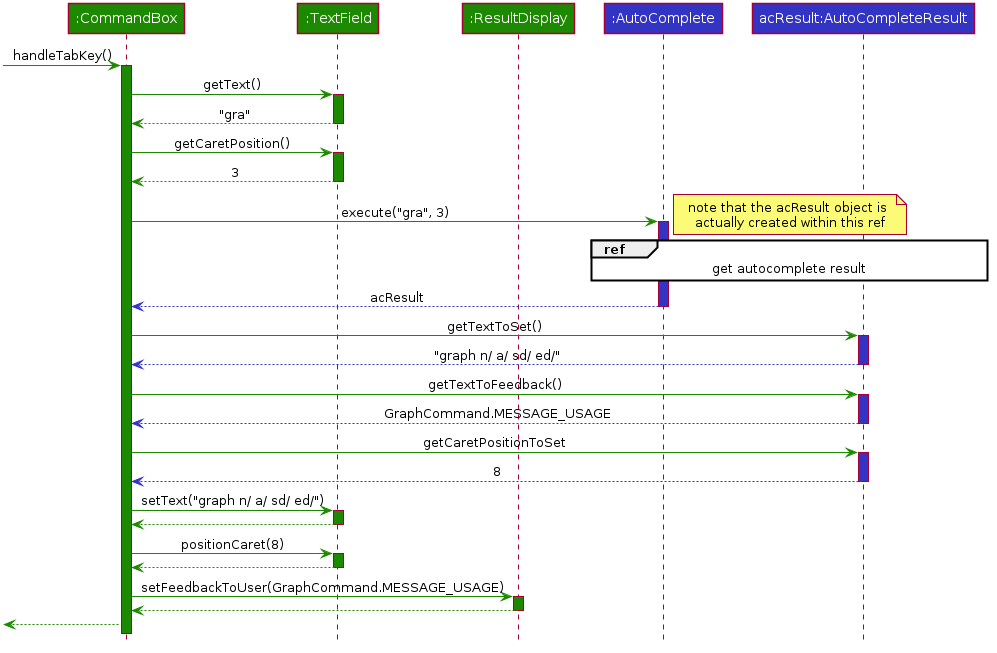
Earlier version of the PlantUML export docs/images/CommandAutocompleteSequenceDiagram.png (nus-cs2103-AY1920S2/addressbook-level3). The source it was exported from:
```plantuml
@startuml








skinparam BackgroundColor #FFFFFFF

skinparam Shadowing false

skinparam Class {
    FontColor #FFFFFF
    BorderThickness 1
    BorderColor #FFFFFF
    StereotypeFontColor #FFFFFF
    FontName Arial
}

skinparam Actor {
    BorderColor #000000
    Color #000000
    FontName Arial
}

skinparam Sequence {
    MessageAlign center
    BoxFontSize 15
    BoxPadding 0
    BoxFontColor #FFFFFF
    FontName Arial
}

skinparam Participant {
    FontColor #FFFFFFF
    Padding 20
}

skinparam MinClassWidth 50
skinparam ParticipantPadding 10
skinparam Shadowing false
skinparam DefaultTextAlignment center
skinparam packageStyle Rectangle

hide footbox
hide members
hide circle

Participant ":CommandBox" as commandBox #1D8900
Participant ":TextField" as textField #1D8900
Participant ":ResultDisplay" as resultDisplay #1D8900
Participant ":AutoComplete" as autoComplete #3333C4
Participant "acResult:AutoCompleteResult" as autoCompleteResult #3333C4

-[#1D8900]> commandBox : handleTabKey()
activate commandBox #1D8900

commandBox -[#1D8900]> textField : getText()
activate textField #1D8900

textField -[#1D8900]-> commandBox : "gra"
deactivate textField

commandBox -[#1D8900]> textField : getCaretPosition()
activate textField #1D8900

textField -[#1D8900]-> commandBox : 3
deactivate textField

commandBox -[#1D8900]> autoComplete : execute("gra", 3)
activate autoComplete #3333C4

ref over autoComplete, autoCompleteResult : get autocomplete result
note right
note that the acResult object is
actually created within this ref
end note


















autoComplete -[#3333C4]-> commandBox : acResult
deactivate autoComplete

commandBox -[#1D8900]> autoCompleteResult : getTextToSet()
activate autoCompleteResult #3333C4

autoCompleteResult -[#3333C4]-> commandBox : "graph n/ a/ sd/ ed/"
deactivate autoCompleteResult

commandBox -[#1D8900]> autoCompleteResult : getTextToFeedback()
activate autoCompleteResult #3333C4

autoCompleteResult -[#3333C4]-> commandBox : GraphCommand.MESSAGE_USAGE
deactivate autoCompleteResult

commandBox -[#1D8900]> autoCompleteResult : getCaretPositionToSet
activate autoCompleteResult #3333C4

autoCompleteResult -[#3333C4]-> commandBox : 8
deactivate autoCompleteResult

commandBox -[#1D8900]> textField : setText("graph n/ a/ sd/ ed/")
activate textField #1D8900

textField -[#1D8900]-> commandBox
deactivate textField

commandBox -[#1D8900]> textField : positionCaret(8)
activate textField #1D8900

textField -[#1D8900]-> commandBox
deactivate textField

commandBox -[#1D8900]> resultDisplay : setFeedbackToUser(GraphCommand.MESSAGE_USAGE)
activate resultDisplay #1D8900

resultDisplay -[#1D8900]-> commandBox
deactivate resultDisplay

[<[#1D8900]-- commandBox

@enduml
```
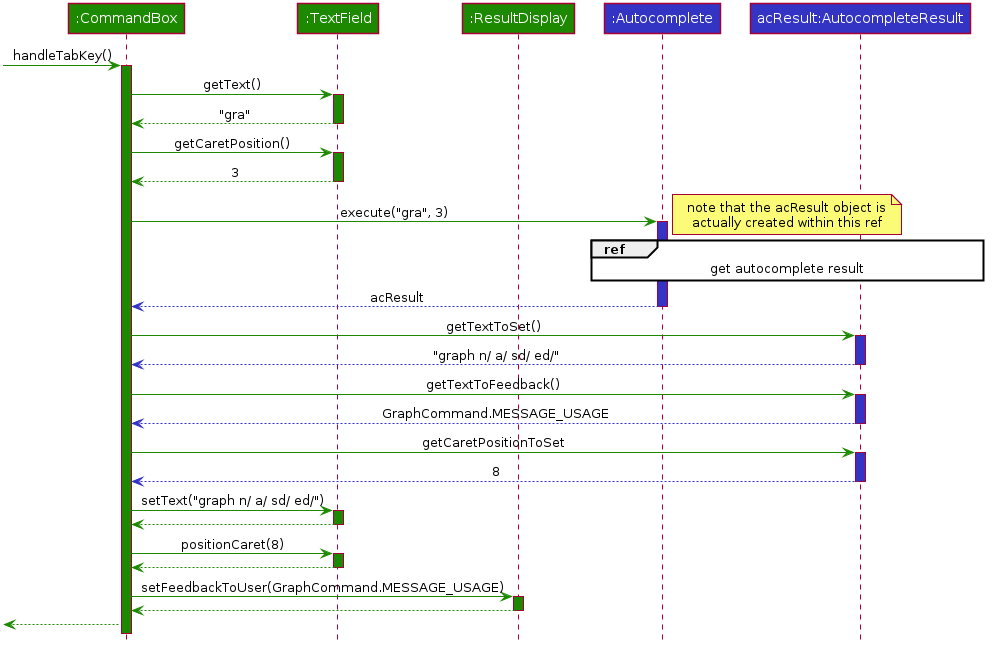
Above is the later version.

The edit, as a diff of the source:
```diff
@@ -51,8 +51,8 @@
 Participant ":CommandBox" as commandBox #1D8900
 Participant ":TextField" as textField #1D8900
 Participant ":ResultDisplay" as resultDisplay #1D8900
-Participant ":AutoComplete" as autoComplete #3333C4
-Participant "acResult:AutoCompleteResult" as autoCompleteResult #3333C4
+Participant ":Autocomplete" as autoComplete #3333C4
+Participant "acResult:AutocompleteResult" as autoCompleteResult #3333C4
 
 -[#1D8900]> commandBox : handleTabKey()
 activate commandBox #1D8900
```
